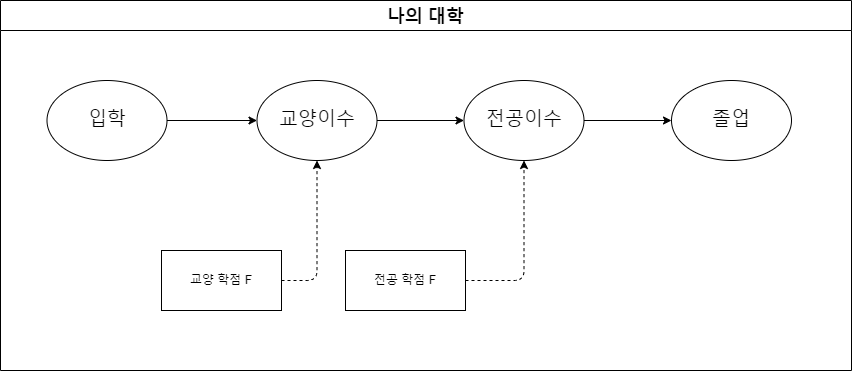
Above: MySystem/png/my2.dio.png in DualsoftDev/ds (draw.io), before the change. Source tidied: cells renumbered, new cells last; positions are measured from the earlier drawing's top-left corner, leaving out a move shared by most shapes. Source of this version:
```xml
<mxGraphModel>
  <root>
    <mxCell id="0" />
    <mxCell id="1" parent="0" />
    <mxCell id="2" value="나의 대학" style="swimlane;labelBackgroundColor=#FFFFFF;fontColor=none;fontSize=18;startSize=30;" parent="1" vertex="1">
      <mxGeometry width="851" height="370" as="geometry" />
    </mxCell>
    <mxCell id="3" style="edgeStyle=orthogonalEdgeStyle;html=1;exitX=1;exitY=0.5;exitDx=0;exitDy=0;entryX=0;entryY=0.5;entryDx=0;entryDy=0;fontSize=18;startArrow=none;startFill=0;" parent="2" edge="1" source="4" target="6">
      <mxGeometry relative="1" as="geometry" />
    </mxCell>
    <mxCell id="4" value="입학" style="ellipse;whiteSpace=wrap;html=1;labelBackgroundColor=#FFFFFF;fontColor=none;fontSize=19;" parent="2" vertex="1">
      <mxGeometry x="46.5" y="80" width="120" height="80" as="geometry" />
    </mxCell>
    <mxCell id="5" style="edgeStyle=none;html=1;exitX=1;exitY=0.5;exitDx=0;exitDy=0;entryX=0;entryY=0.5;entryDx=0;entryDy=0;" parent="2" edge="1" source="6" target="8">
      <mxGeometry relative="1" as="geometry" />
    </mxCell>
    <mxCell id="6" value="교양이수" style="ellipse;whiteSpace=wrap;html=1;labelBackgroundColor=#FFFFFF;fontColor=none;fontSize=19;" parent="2" vertex="1">
      <mxGeometry x="256.5" y="80" width="120" height="80" as="geometry" />
    </mxCell>
    <mxCell id="7" style="edgeStyle=orthogonalEdgeStyle;html=1;exitX=1;exitY=0.5;exitDx=0;exitDy=0;entryX=0;entryY=0.5;entryDx=0;entryDy=0;" parent="2" edge="1" source="8" target="9">
      <mxGeometry relative="1" as="geometry" />
    </mxCell>
    <mxCell id="8" value="전공이수" style="ellipse;whiteSpace=wrap;html=1;labelBackgroundColor=#FFFFFF;fontColor=none;fontSize=19;" parent="2" vertex="1">
      <mxGeometry x="463.5" y="80" width="120" height="80" as="geometry" />
    </mxCell>
    <mxCell id="9" value="졸업" style="ellipse;whiteSpace=wrap;html=1;labelBackgroundColor=#FFFFFF;fontColor=none;fontSize=19;" parent="2" vertex="1">
      <mxGeometry x="671" y="80" width="120" height="80" as="geometry" />
    </mxCell>
    <mxCell id="10" style="edgeStyle=orthogonalEdgeStyle;html=1;exitX=1;exitY=0.5;exitDx=0;exitDy=0;entryX=0.5;entryY=1;entryDx=0;entryDy=0;dashed=1;" parent="2" edge="1" source="11" target="6">
      <mxGeometry relative="1" as="geometry" />
    </mxCell>
    <mxCell id="11" value="교양 학점 F" style="rounded=0;whiteSpace=wrap;html=1;" parent="2" vertex="1">
      <mxGeometry x="161" y="250" width="120" height="60" as="geometry" />
    </mxCell>
    <mxCell id="12" style="edgeStyle=orthogonalEdgeStyle;html=1;exitX=1;exitY=0.5;exitDx=0;exitDy=0;dashed=1;" parent="2" edge="1" source="13" target="8">
      <mxGeometry relative="1" as="geometry" />
    </mxCell>
    <mxCell id="13" value="전공 학점 F" style="rounded=0;whiteSpace=wrap;html=1;" parent="2" vertex="1">
      <mxGeometry x="345" y="250" width="120" height="60" as="geometry" />
    </mxCell>
  </root>
</mxGraphModel>
```
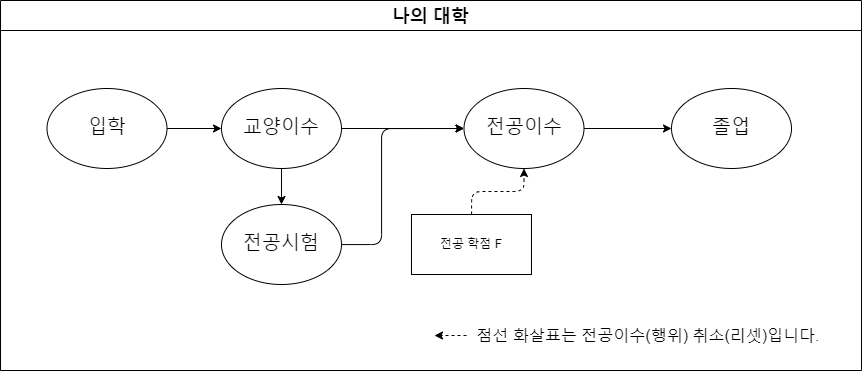
After the change.

Diff of the diagram source:
```diff
@@ -3,40 +3,57 @@
     <mxCell id="0" />
     <mxCell id="1" parent="0" />
     <mxCell id="2" value="나의 대학" style="swimlane;labelBackgroundColor=#FFFFFF;fontColor=none;fontSize=18;startSize=30;" parent="1" vertex="1">
-      <mxGeometry width="851" height="370" as="geometry" />
+      <mxGeometry width="861" height="370" as="geometry" />
     </mxCell>
+    <mxCell id="14" value="점선 화살표는 전공이수(행위) 취소(리셋)입니다." style="text;html=1;strokeColor=none;fillColor=none;align=center;verticalAlign=middle;whiteSpace=wrap;rounded=0;fontSize=16;" parent="2" vertex="1">
+      <mxGeometry x="433" y="300" width="430" height="70" as="geometry" />
+    </mxCell>
+    <mxCell id="15" style="html=1;fontSize=16;dashed=1;entryX=0;entryY=0.5;entryDx=0;entryDy=0;" parent="1" edge="1">
+      <mxGeometry relative="1" as="geometry">
+        <mxPoint x="466" y="335" as="sourcePoint" />
+        <mxPoint x="434" y="335" as="targetPoint" />
+      </mxGeometry>
+    </mxCell>
+    <mxCell id="16" value="전공시험" style="ellipse;whiteSpace=wrap;html=1;labelBackgroundColor=#FFFFFF;fontColor=none;fontSize=19;" parent="1" vertex="1">
+      <mxGeometry x="221" y="204" width="120" height="80" as="geometry" />
+    </mxCell>
+    <mxCell id="13" value="전공 학점 F" style="rounded=0;whiteSpace=wrap;html=1;" parent="1" vertex="1">
+      <mxGeometry x="411" y="214" width="120" height="60" as="geometry" />
+    </mxCell>
-    <mxCell id="3" style="edgeStyle=orthogonalEdgeStyle;html=1;exitX=1;exitY=0.5;exitDx=0;exitDy=0;entryX=0;entryY=0.5;entryDx=0;entryDy=0;fontSize=18;startArrow=none;startFill=0;" parent="2" edge="1" source="4" target="6">
+    <mxCell id="3" style="edgeStyle=orthogonalEdgeStyle;html=1;exitX=1;exitY=0.5;exitDx=0;exitDy=0;entryX=0;entryY=0.5;entryDx=0;entryDy=0;fontSize=18;startArrow=none;startFill=0;" parent="1" edge="1" source="4" target="6">
       <mxGeometry relative="1" as="geometry" />
     </mxCell>
-    <mxCell id="4" value="입학" style="ellipse;whiteSpace=wrap;html=1;labelBackgroundColor=#FFFFFF;fontColor=none;fontSize=19;" parent="2" vertex="1">
-      <mxGeometry x="46.5" y="80" width="120" height="80" as="geometry" />
+    <mxCell id="4" value="입학" style="ellipse;whiteSpace=wrap;html=1;labelBackgroundColor=#FFFFFF;fontColor=none;fontSize=19;" parent="1" vertex="1">
+      <mxGeometry x="46.5" y="88" width="120" height="80" as="geometry" />
     </mxCell>
-    <mxCell id="5" style="edgeStyle=none;html=1;exitX=1;exitY=0.5;exitDx=0;exitDy=0;entryX=0;entryY=0.5;entryDx=0;entryDy=0;" parent="2" edge="1" source="6" target="8">
+    <mxCell id="5" style="edgeStyle=none;html=1;exitX=1;exitY=0.5;exitDx=0;exitDy=0;entryX=0;entryY=0.5;entryDx=0;entryDy=0;" parent="1" edge="1" source="6" target="8">
       <mxGeometry relative="1" as="geometry" />
     </mxCell>
+    <mxCell id="17" style="edgeStyle=orthogonalEdgeStyle;html=1;exitX=0.5;exitY=1;exitDx=0;exitDy=0;entryX=0.5;entryY=0;entryDx=0;entryDy=0;fontSize=16;" parent="1" edge="1" source="6" target="16">
+      <mxGeometry relative="1" as="geometry" />
+    </mxCell>
-    <mxCell id="6" value="교양이수" style="ellipse;whiteSpace=wrap;html=1;labelBackgroundColor=#FFFFFF;fontColor=none;fontSize=19;" parent="2" vertex="1">
-      <mxGeometry x="256.5" y="80" width="120" height="80" as="geometry" />
+    <mxCell id="6" value="교양이수" style="ellipse;whiteSpace=wrap;html=1;labelBackgroundColor=#FFFFFF;fontColor=none;fontSize=19;" parent="1" vertex="1">
+      <mxGeometry x="221" y="88" width="120" height="80" as="geometry" />
     </mxCell>
-    <mxCell id="7" style="edgeStyle=orthogonalEdgeStyle;html=1;exitX=1;exitY=0.5;exitDx=0;exitDy=0;entryX=0;entryY=0.5;entryDx=0;entryDy=0;" parent="2" edge="1" source="8" target="9">
+    <mxCell id="7" style="edgeStyle=orthogonalEdgeStyle;html=1;exitX=1;exitY=0.5;exitDx=0;exitDy=0;entryX=0;entryY=0.5;entryDx=0;entryDy=0;" parent="1" edge="1" source="8" target="9">
       <mxGeometry relative="1" as="geometry" />
     </mxCell>
-    <mxCell id="8" value="전공이수" style="ellipse;whiteSpace=wrap;html=1;labelBackgroundColor=#FFFFFF;fontColor=none;fontSize=19;" parent="2" vertex="1">
-      <mxGeometry x="463.5" y="80" width="120" height="80" as="geometry" />
+    <mxCell id="8" value="전공이수" style="ellipse;whiteSpace=wrap;html=1;labelBackgroundColor=#FFFFFF;fontColor=none;fontSize=19;" parent="1" vertex="1">
+      <mxGeometry x="463.5" y="88" width="120" height="80" as="geometry" />
     </mxCell>
-    <mxCell id="9" value="졸업" style="ellipse;whiteSpace=wrap;html=1;labelBackgroundColor=#FFFFFF;fontColor=none;fontSize=19;" parent="2" vertex="1">
-      <mxGeometry x="671" y="80" width="120" height="80" as="geometry" />
+    <mxCell id="9" value="졸업" style="ellipse;whiteSpace=wrap;html=1;labelBackgroundColor=#FFFFFF;fontColor=none;fontSize=19;" parent="1" vertex="1">
+      <mxGeometry x="671" y="88" width="120" height="80" as="geometry" />
     </mxCell>
-    <mxCell id="10" style="edgeStyle=orthogonalEdgeStyle;html=1;exitX=1;exitY=0.5;exitDx=0;exitDy=0;entryX=0.5;entryY=1;entryDx=0;entryDy=0;dashed=1;" parent="2" edge="1" source="11" target="6">
-      <mxGeometry relative="1" as="geometry" />
-    </mxCell>
-    <mxCell id="11" value="교양 학점 F" style="rounded=0;whiteSpace=wrap;html=1;" parent="2" vertex="1">
-      <mxGeometry x="161" y="250" width="120" height="60" as="geometry" />
-    </mxCell>
-    <mxCell id="12" style="edgeStyle=orthogonalEdgeStyle;html=1;exitX=1;exitY=0.5;exitDx=0;exitDy=0;dashed=1;" parent="2" edge="1" source="13" target="8">
+    <mxCell id="12" style="edgeStyle=orthogonalEdgeStyle;html=1;dashed=1;" parent="1" edge="1" source="13" target="8">
       <mxGeometry relative="1" as="geometry" />
     </mxCell>
-    <mxCell id="13" value="전공 학점 F" style="rounded=0;whiteSpace=wrap;html=1;" parent="2" vertex="1">
-      <mxGeometry x="345" y="250" width="120" height="60" as="geometry" />
-    </mxCell>
+    <mxCell id="18" style="edgeStyle=orthogonalEdgeStyle;html=1;entryX=0;entryY=0.5;entryDx=0;entryDy=0;fontSize=16;" parent="1" edge="1" source="16" target="8">
+      <mxGeometry relative="1" as="geometry">
+        <Array as="points">
+          <mxPoint x="381" y="244" />
+          <mxPoint x="381" y="128" />
+        </Array>
+      </mxGeometry>
+    </mxCell>
   </root>
 </mxGraphModel>
```
